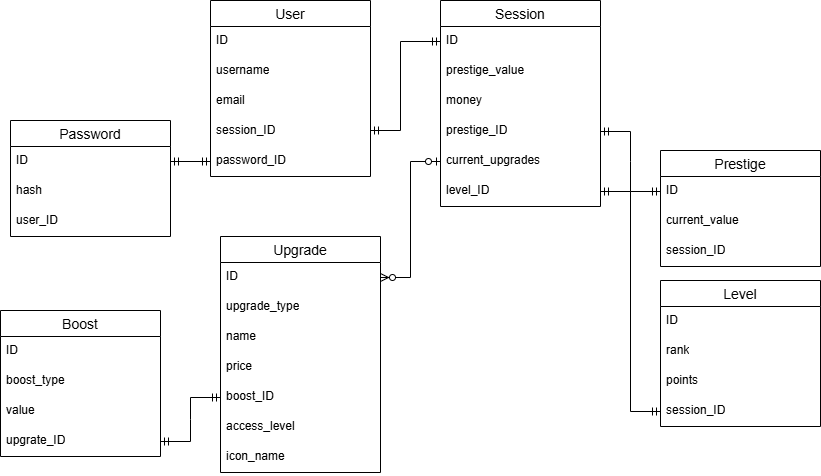
Before: Архитектура БД.drawio.png, a diagram exported from draw.io (slepyie-kotyata/design). Source tidied: cells renumbered, new cells last; positions are measured from the earlier drawing's top-left corner, leaving out a move shared by most shapes.
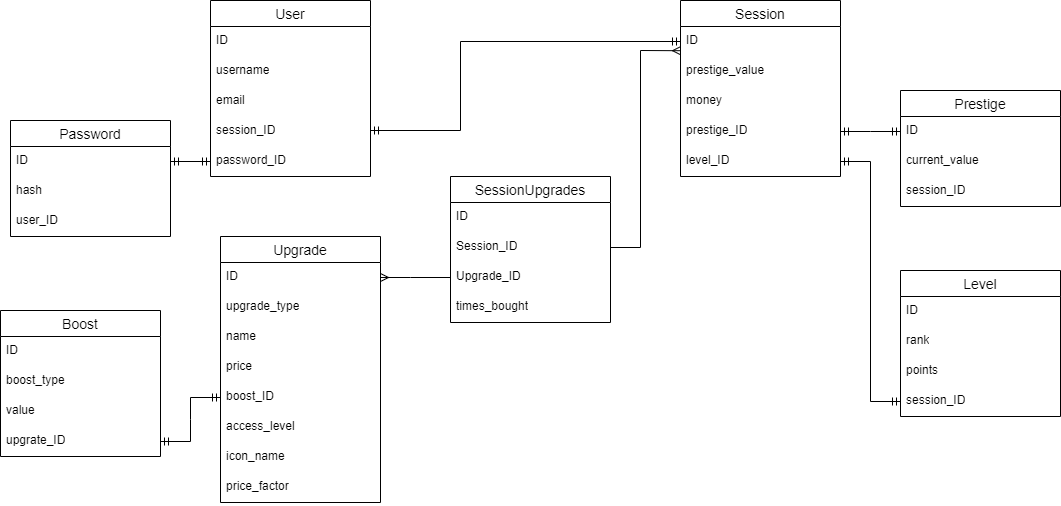
After the change.

What changed in the source:
```diff
@@ -33,7 +33,7 @@
       <mxGeometry y="86" width="160" height="30" as="geometry" />
     </mxCell>
     <mxCell id="12" value="Session" style="swimlane;fontStyle=0;horizontal=1;startSize=26;align=center;fontSize=14;" parent="1" vertex="1">
-      <mxGeometry x="440" width="160" height="206" as="geometry" />
+      <mxGeometry x="680" width="160" height="176" as="geometry" />
     </mxCell>
     <mxCell id="13" value="ID" style="text;strokeColor=none;fillColor=none;spacingLeft=4;spacingRight=4;overflow=hidden;points=[[0,0.5],[1,0.5]];portConstraint=eastwest;fontSize=12;whiteSpace=wrap;html=1;" parent="12" vertex="1">
       <mxGeometry y="26" width="160" height="30" as="geometry" />
@@ -47,14 +47,11 @@
     <mxCell id="16" value="prestige_ID" style="text;strokeColor=none;fillColor=none;spacingLeft=4;spacingRight=4;overflow=hidden;points=[[0,0.5],[1,0.5]];portConstraint=eastwest;fontSize=12;whiteSpace=wrap;html=1;" parent="12" vertex="1">
       <mxGeometry y="116" width="160" height="30" as="geometry" />
     </mxCell>
-    <mxCell id="17" value="current_upgrades" style="text;strokeColor=none;fillColor=none;spacingLeft=4;spacingRight=4;overflow=hidden;points=[[0,0.5],[1,0.5]];portConstraint=eastwest;fontSize=12;whiteSpace=wrap;html=1;" parent="12" vertex="1">
-      <mxGeometry y="146" width="160" height="30" as="geometry" />
-    </mxCell>
     <mxCell id="18" value="level_ID" style="text;strokeColor=none;fillColor=none;spacingLeft=4;spacingRight=4;overflow=hidden;points=[[0,0.5],[1,0.5]];portConstraint=eastwest;fontSize=12;whiteSpace=wrap;html=1;" parent="12" vertex="1">
-      <mxGeometry y="176" width="160" height="30" as="geometry" />
+      <mxGeometry y="146" width="160" height="30" as="geometry" />
     </mxCell>
     <mxCell id="19" value="Prestige" style="swimlane;fontStyle=0;horizontal=1;startSize=26;align=center;fontSize=14;" parent="1" vertex="1">
-      <mxGeometry x="660" y="150" width="160" height="116" as="geometry" />
+      <mxGeometry x="900" y="90" width="160" height="116" as="geometry" />
     </mxCell>
     <mxCell id="20" value="ID" style="text;strokeColor=none;fillColor=none;spacingLeft=4;spacingRight=4;overflow=hidden;points=[[0,0.5],[1,0.5]];portConstraint=eastwest;fontSize=12;whiteSpace=wrap;html=1;" parent="19" vertex="1">
       <mxGeometry y="26" width="160" height="30" as="geometry" />
@@ -68,8 +65,8 @@
     <mxCell id="23" style="edgeStyle=entityRelationEdgeStyle;fontSize=12;html=1;endArrow=ERmandOne;startArrow=ERmandOne;rounded=0;entryX=0;entryY=0.5;entryDx=0;entryDy=0;exitX=1;exitY=0.5;exitDx=0;exitDy=0;" parent="1" edge="1" source="16" target="20">
       <mxGeometry relative="1" as="geometry">
         <Array as="points">
-          <mxPoint x="250" y="220" />
-          <mxPoint x="260" y="190" />
+          <mxPoint x="440" y="220" />
+          <mxPoint x="450" y="190" />
         </Array>
       </mxGeometry>
     </mxCell>
@@ -77,13 +74,14 @@
       <mxGeometry relative="1" as="geometry">
         <mxPoint x="370" y="130" as="sourcePoint" />
         <Array as="points">
-          <mxPoint x="400" y="130" />
-          <mxPoint x="400" y="41" />
+          <mxPoint x="460" y="130" />
+          <mxPoint x="460" y="41" />
+          <mxPoint x="680" y="41" />
         </Array>
       </mxGeometry>
     </mxCell>
     <mxCell id="25" value="Upgrade" style="swimlane;fontStyle=0;horizontal=1;startSize=26;align=center;fontSize=14;" parent="1" vertex="1">
-      <mxGeometry x="220" y="236" width="160" height="236" as="geometry" />
+      <mxGeometry x="220" y="236" width="160" height="266" as="geometry" />
     </mxCell>
     <mxCell id="26" value="ID" style="text;strokeColor=none;fillColor=none;spacingLeft=4;spacingRight=4;overflow=hidden;points=[[0,0.5],[1,0.5]];portConstraint=eastwest;fontSize=12;whiteSpace=wrap;html=1;" parent="25" vertex="1">
       <mxGeometry y="26" width="160" height="30" as="geometry" />
@@ -106,6 +104,9 @@
     <mxCell id="32" value="icon_name" style="text;strokeColor=none;fillColor=none;spacingLeft=4;spacingRight=4;overflow=hidden;fontSize=12;whiteSpace=wrap;html=1;" parent="25" vertex="1">
       <mxGeometry y="206" width="160" height="30" as="geometry" />
     </mxCell>
+    <mxCell id="47" value="price_factor" style="text;strokeColor=none;fillColor=none;spacingLeft=4;spacingRight=4;overflow=hidden;fontSize=12;whiteSpace=wrap;html=1;" parent="25" vertex="1">
+      <mxGeometry y="236" width="160" height="30" as="geometry" />
+    </mxCell>
     <mxCell id="33" value="Boost" style="swimlane;fontStyle=0;horizontal=1;startSize=26;align=center;fontSize=14;" parent="1" vertex="1">
       <mxGeometry y="310" width="160" height="146" as="geometry" />
     </mxCell>
@@ -125,7 +126,7 @@
       <mxGeometry relative="1" as="geometry" />
     </mxCell>
     <mxCell id="39" value="Level" style="swimlane;fontStyle=0;horizontal=1;startSize=26;align=center;fontSize=14;" parent="1" vertex="1">
-      <mxGeometry x="660" y="280" width="160" height="146" as="geometry" />
+      <mxGeometry x="900" y="270" width="160" height="146" as="geometry" />
     </mxCell>
     <mxCell id="40" value="ID" style="text;strokeColor=none;fillColor=none;spacingLeft=4;spacingRight=4;overflow=hidden;fontSize=12;whiteSpace=wrap;html=1;" parent="39" vertex="1">
       <mxGeometry y="26" width="160" height="30" as="geometry" />
@@ -142,18 +143,45 @@
     <mxCell id="44" style="edgeStyle=entityRelationEdgeStyle;fontSize=12;html=1;endArrow=ERmandOne;startArrow=ERmandOne;rounded=0;exitX=0;exitY=0.5;exitDx=0;exitDy=0;entryX=1;entryY=0.5;entryDx=0;entryDy=0;" parent="1" edge="1" source="43" target="18">
       <mxGeometry relative="1" as="geometry">
         <Array as="points">
-          <mxPoint x="610" y="320" />
-          <mxPoint x="650" y="310" />
-          <mxPoint x="600" y="250" />
-          <mxPoint x="600" y="250" />
+          <mxPoint x="690" y="320" />
+          <mxPoint x="730" y="310" />
+          <mxPoint x="680" y="250" />
+          <mxPoint x="680" y="250" />
         </Array>
       </mxGeometry>
     </mxCell>
-    <mxCell id="45" style="edgeStyle=entityRelationEdgeStyle;fontSize=12;html=1;endArrow=ERzeroToMany;startArrow=ERzeroToOne;rounded=0;entryX=1;entryY=0.5;entryDx=0;entryDy=0;exitX=0;exitY=0.5;exitDx=0;exitDy=0;" parent="1" edge="1" source="17" target="26">
-      <mxGeometry relative="1" as="geometry" />
-    </mxCell>
     <mxCell id="46" style="edgeStyle=entityRelationEdgeStyle;fontSize=12;html=1;endArrow=ERmandOne;startArrow=ERmandOne;rounded=0;entryX=0;entryY=0.5;entryDx=0;entryDy=0;exitX=1;exitY=0.5;exitDx=0;exitDy=0;" parent="1" edge="1" source="37" target="30">
       <mxGeometry relative="1" as="geometry" />
     </mxCell>
+    <mxCell id="48" value="SessionUpgrades" style="swimlane;fontStyle=0;horizontal=1;startSize=26;align=center;fontSize=14;" parent="1" vertex="1">
+      <mxGeometry x="450" y="176" width="160" height="146" as="geometry" />
+    </mxCell>
+    <mxCell id="49" value="ID" style="text;strokeColor=none;fillColor=none;spacingLeft=4;spacingRight=4;overflow=hidden;fontSize=12;whiteSpace=wrap;html=1;" parent="48" vertex="1">
+      <mxGeometry y="26" width="160" height="30" as="geometry" />
+    </mxCell>
+    <mxCell id="50" value="Session_ID" style="text;strokeColor=none;fillColor=none;spacingLeft=4;spacingRight=4;overflow=hidden;points=[[0,0.5],[1,0.5]];portConstraint=eastwest;fontSize=12;whiteSpace=wrap;html=1;" parent="48" vertex="1">
+      <mxGeometry y="56" width="160" height="30" as="geometry" />
+    </mxCell>
+    <mxCell id="51" value="Upgrade_ID" style="text;strokeColor=none;fillColor=none;spacingLeft=4;spacingRight=4;overflow=hidden;points=[[0,0.5],[1,0.5]];portConstraint=eastwest;fontSize=12;whiteSpace=wrap;html=1;" parent="48" vertex="1">
+      <mxGeometry y="86" width="160" height="30" as="geometry" />
+    </mxCell>
+    <mxCell id="52" value="times_bought" style="text;strokeColor=none;fillColor=none;spacingLeft=4;spacingRight=4;overflow=hidden;fontSize=12;whiteSpace=wrap;html=1;" parent="48" vertex="1">
+      <mxGeometry y="116" width="160" height="30" as="geometry" />
+    </mxCell>
+    <mxCell id="53" style="fontSize=12;html=1;endArrow=ERmany;rounded=0;exitX=0;exitY=0.5;exitDx=0;exitDy=0;entryX=1;entryY=0.5;entryDx=0;entryDy=0;" parent="1" edge="1" source="51" target="26">
+      <mxGeometry relative="1" as="geometry">
+        <Array as="points">
+          <mxPoint x="410" y="277" />
+        </Array>
+      </mxGeometry>
+    </mxCell>
+    <mxCell id="54" style="fontSize=12;html=1;endArrow=ERmany;rounded=0;entryX=0;entryY=0.807;entryDx=0;entryDy=0;entryPerimeter=0;exitX=1;exitY=0.5;exitDx=0;exitDy=0;" parent="1" edge="1" source="50" target="13">
+      <mxGeometry relative="1" as="geometry">
+        <Array as="points">
+          <mxPoint x="640" y="247" />
+          <mxPoint x="640" y="50" />
+        </Array>
+      </mxGeometry>
+    </mxCell>
   </root>
 </mxGraphModel>
```
